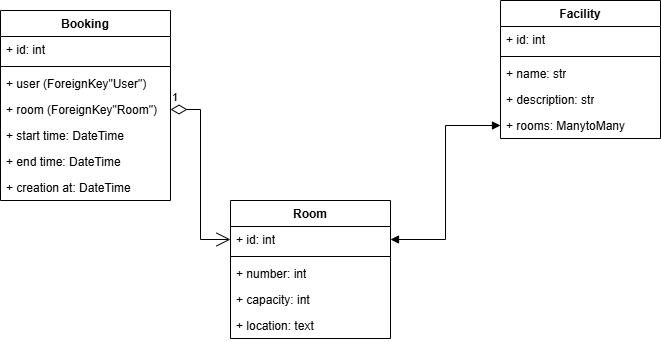
Before: UML Booking System.drawio.png, a diagram exported from draw.io (Rocer23/Booking-system). Source tidied: cells renumbered, new cells last; positions are measured from the earlier drawing's top-left corner, leaving out a move shared by most shapes.
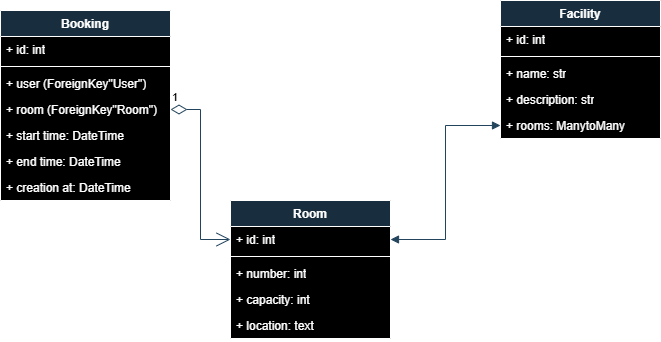
After the change.

The edit, as a diff of the source:
```diff
@@ -1,71 +1,71 @@
-<mxGraphModel>
+<mxGraphModel background="#FFFFFF">
   <root>
     <mxCell id="0" />
     <mxCell id="1" parent="0" />
-    <mxCell id="2" value="Booking" style="swimlane;fontStyle=1;align=center;verticalAlign=top;horizontal=1;startSize=26;whiteSpace=wrap;html=1;" parent="1" vertex="1">
+    <mxCell id="2" value="Booking" style="swimlane;fontStyle=1;align=center;verticalAlign=top;horizontal=1;startSize=26;whiteSpace=wrap;html=1;labelBackgroundColor=none;fillColor=#182E3E;strokeColor=#FFFFFF;fontColor=#FFFFFF;swimlaneFillColor=#000000;" parent="1" vertex="1">
       <mxGeometry y="10" width="170" height="190" as="geometry" />
     </mxCell>
-    <mxCell id="3" value="+ id: int" style="text;strokeColor=none;fillColor=none;align=left;verticalAlign=top;spacingLeft=4;spacingRight=4;overflow=hidden;whiteSpace=wrap;html=1;" parent="2" vertex="1">
+    <mxCell id="3" value="+ id: int" style="text;strokeColor=none;fillColor=none;align=left;verticalAlign=top;spacingLeft=4;spacingRight=4;overflow=hidden;whiteSpace=wrap;html=1;labelBackgroundColor=none;fontColor=#FFFFFF;" parent="2" vertex="1">
       <mxGeometry y="26" width="170" height="26" as="geometry" />
     </mxCell>
-    <mxCell id="4" style="line;strokeWidth=1;fillColor=none;align=left;verticalAlign=middle;spacingTop=-1;spacingLeft=3;spacingRight=3;labelPosition=right;strokeColor=inherit;" parent="2" vertex="1">
+    <mxCell id="4" style="line;strokeWidth=1;fillColor=none;align=left;verticalAlign=middle;spacingTop=-1;spacingLeft=3;spacingRight=3;labelPosition=right;strokeColor=#FFFFFF;labelBackgroundColor=none;fontColor=#FFFFFF;" parent="2" vertex="1">
       <mxGeometry y="52" width="170" height="8" as="geometry" />
     </mxCell>
-    <mxCell id="5" value="+ user (ForeignKey&quot;User&quot;)" style="text;strokeColor=none;fillColor=none;align=left;verticalAlign=top;spacingLeft=4;spacingRight=4;overflow=hidden;whiteSpace=wrap;html=1;" parent="2" vertex="1">
+    <mxCell id="5" value="+ user (ForeignKey&quot;User&quot;)" style="text;strokeColor=none;fillColor=none;align=left;verticalAlign=top;spacingLeft=4;spacingRight=4;overflow=hidden;whiteSpace=wrap;html=1;labelBackgroundColor=none;fontColor=#FFFFFF;" parent="2" vertex="1">
       <mxGeometry y="60" width="170" height="26" as="geometry" />
     </mxCell>
-    <mxCell id="6" value="+ room (ForeignKey&quot;Room&quot;)" style="text;strokeColor=none;fillColor=none;align=left;verticalAlign=top;spacingLeft=4;spacingRight=4;overflow=hidden;points=[[0,0.5],[1,0.5]];portConstraint=eastwest;whiteSpace=wrap;html=1;" parent="2" vertex="1">
+    <mxCell id="6" value="+ room (ForeignKey&quot;Room&quot;)" style="text;strokeColor=none;fillColor=none;align=left;verticalAlign=top;spacingLeft=4;spacingRight=4;overflow=hidden;points=[[0,0.5],[1,0.5]];portConstraint=eastwest;whiteSpace=wrap;html=1;labelBackgroundColor=none;fontColor=#FFFFFF;" parent="2" vertex="1">
       <mxGeometry y="86" width="170" height="26" as="geometry" />
     </mxCell>
-    <mxCell id="7" value="+ start time: DateTime" style="text;strokeColor=none;fillColor=none;align=left;verticalAlign=top;spacingLeft=4;spacingRight=4;overflow=hidden;whiteSpace=wrap;html=1;" parent="2" vertex="1">
+    <mxCell id="7" value="+ start time: DateTime" style="text;strokeColor=none;fillColor=none;align=left;verticalAlign=top;spacingLeft=4;spacingRight=4;overflow=hidden;whiteSpace=wrap;html=1;labelBackgroundColor=none;fontColor=#FFFFFF;" parent="2" vertex="1">
       <mxGeometry y="112" width="170" height="26" as="geometry" />
     </mxCell>
-    <mxCell id="8" value="+ end time: DateTime" style="text;strokeColor=none;fillColor=none;align=left;verticalAlign=top;spacingLeft=4;spacingRight=4;overflow=hidden;whiteSpace=wrap;html=1;" parent="2" vertex="1">
+    <mxCell id="8" value="+ end time: DateTime" style="text;strokeColor=none;fillColor=none;align=left;verticalAlign=top;spacingLeft=4;spacingRight=4;overflow=hidden;whiteSpace=wrap;html=1;labelBackgroundColor=none;fontColor=#FFFFFF;" parent="2" vertex="1">
       <mxGeometry y="138" width="170" height="26" as="geometry" />
     </mxCell>
-    <mxCell id="9" value="+ creation at: DateTime" style="text;strokeColor=none;fillColor=none;align=left;verticalAlign=top;spacingLeft=4;spacingRight=4;overflow=hidden;whiteSpace=wrap;html=1;" parent="2" vertex="1">
+    <mxCell id="9" value="+ creation at: DateTime" style="text;strokeColor=none;fillColor=none;align=left;verticalAlign=top;spacingLeft=4;spacingRight=4;overflow=hidden;whiteSpace=wrap;html=1;labelBackgroundColor=none;fontColor=#FFFFFF;" parent="2" vertex="1">
       <mxGeometry y="164" width="170" height="26" as="geometry" />
     </mxCell>
-    <mxCell id="10" value="Room" style="swimlane;fontStyle=1;align=center;verticalAlign=top;horizontal=1;startSize=26;whiteSpace=wrap;html=1;" parent="1" vertex="1">
+    <mxCell id="10" value="Room" style="swimlane;fontStyle=1;align=center;verticalAlign=top;horizontal=1;startSize=26;whiteSpace=wrap;html=1;labelBackgroundColor=none;fillColor=#182E3E;strokeColor=#FFFFFF;fontColor=#FFFFFF;swimlaneFillColor=#000000;" parent="1" vertex="1">
       <mxGeometry x="230" y="200" width="160" height="138" as="geometry" />
     </mxCell>
-    <mxCell id="11" value="+ id: int" style="text;strokeColor=none;fillColor=none;align=left;verticalAlign=top;spacingLeft=4;spacingRight=4;overflow=hidden;points=[[0,0.5],[1,0.5]];portConstraint=eastwest;whiteSpace=wrap;html=1;" parent="10" vertex="1">
+    <mxCell id="11" value="+ id: int" style="text;strokeColor=none;fillColor=none;align=left;verticalAlign=top;spacingLeft=4;spacingRight=4;overflow=hidden;points=[[0,0.5],[1,0.5]];portConstraint=eastwest;whiteSpace=wrap;html=1;labelBackgroundColor=none;fontColor=#FFFFFF;" parent="10" vertex="1">
       <mxGeometry y="26" width="160" height="26" as="geometry" />
     </mxCell>
-    <mxCell id="12" style="line;strokeWidth=1;fillColor=none;align=left;verticalAlign=middle;spacingTop=-1;spacingLeft=3;spacingRight=3;labelPosition=right;strokeColor=inherit;" parent="10" vertex="1">
+    <mxCell id="12" style="line;strokeWidth=1;fillColor=none;align=left;verticalAlign=middle;spacingTop=-1;spacingLeft=3;spacingRight=3;labelPosition=right;strokeColor=#FFFFFF;labelBackgroundColor=none;fontColor=#FFFFFF;" parent="10" vertex="1">
       <mxGeometry y="52" width="160" height="8" as="geometry" />
     </mxCell>
-    <mxCell id="13" value="+ number: int" style="text;strokeColor=none;fillColor=none;align=left;verticalAlign=top;spacingLeft=4;spacingRight=4;overflow=hidden;whiteSpace=wrap;html=1;" parent="10" vertex="1">
+    <mxCell id="13" value="+ number: int" style="text;strokeColor=none;fillColor=none;align=left;verticalAlign=top;spacingLeft=4;spacingRight=4;overflow=hidden;whiteSpace=wrap;html=1;labelBackgroundColor=none;fontColor=#FFFFFF;" parent="10" vertex="1">
       <mxGeometry y="60" width="160" height="26" as="geometry" />
     </mxCell>
-    <mxCell id="14" value="+ capacity: int" style="text;strokeColor=none;fillColor=none;align=left;verticalAlign=top;spacingLeft=4;spacingRight=4;overflow=hidden;whiteSpace=wrap;html=1;" parent="10" vertex="1">
+    <mxCell id="14" value="+ capacity: int" style="text;strokeColor=none;fillColor=none;align=left;verticalAlign=top;spacingLeft=4;spacingRight=4;overflow=hidden;whiteSpace=wrap;html=1;labelBackgroundColor=none;fontColor=#FFFFFF;" parent="10" vertex="1">
       <mxGeometry y="86" width="160" height="26" as="geometry" />
     </mxCell>
-    <mxCell id="15" value="+ location: text" style="text;strokeColor=none;fillColor=none;align=left;verticalAlign=top;spacingLeft=4;spacingRight=4;overflow=hidden;whiteSpace=wrap;html=1;" parent="10" vertex="1">
+    <mxCell id="15" value="+ location: text" style="text;strokeColor=none;fillColor=none;align=left;verticalAlign=top;spacingLeft=4;spacingRight=4;overflow=hidden;whiteSpace=wrap;html=1;labelBackgroundColor=none;fontColor=#FFFFFF;" parent="10" vertex="1">
       <mxGeometry y="112" width="160" height="26" as="geometry" />
     </mxCell>
-    <mxCell id="16" value="1" style="endArrow=open;html=1;endSize=12;startArrow=diamondThin;startSize=14;startFill=0;edgeStyle=orthogonalEdgeStyle;align=left;verticalAlign=bottom;rounded=0;exitX=1;exitY=0.5;exitDx=0;exitDy=0;entryX=0;entryY=0.5;entryDx=0;entryDy=0;" parent="1" edge="1" source="6" target="11">
+    <mxCell id="16" value="1" style="endArrow=open;html=1;endSize=12;startArrow=diamondThin;startSize=14;startFill=0;edgeStyle=orthogonalEdgeStyle;align=left;verticalAlign=bottom;rounded=0;exitX=1;exitY=0.5;exitDx=0;exitDy=0;entryX=0;entryY=0.5;entryDx=0;entryDy=0;labelBackgroundColor=none;strokeColor=#23445D;fontColor=default;" parent="1" edge="1" source="6" target="11">
       <mxGeometry x="-1" y="3" relative="1" as="geometry" />
     </mxCell>
-    <mxCell id="17" value="Facility" style="swimlane;fontStyle=1;align=center;verticalAlign=top;horizontal=1;startSize=26;whiteSpace=wrap;html=1;" parent="1" vertex="1">
+    <mxCell id="17" value="Facility" style="swimlane;fontStyle=1;align=center;verticalAlign=top;horizontal=1;startSize=26;whiteSpace=wrap;html=1;labelBackgroundColor=none;fillColor=#182E3E;strokeColor=#FFFFFF;fontColor=#FFFFFF;swimlaneFillColor=#000000;" parent="1" vertex="1">
       <mxGeometry x="500" width="160" height="138" as="geometry" />
     </mxCell>
-    <mxCell id="18" value="+ id: int" style="text;strokeColor=none;fillColor=none;align=left;verticalAlign=top;spacingLeft=4;spacingRight=4;overflow=hidden;whiteSpace=wrap;html=1;" parent="17" vertex="1">
+    <mxCell id="18" value="+ id: int" style="text;strokeColor=none;fillColor=none;align=left;verticalAlign=top;spacingLeft=4;spacingRight=4;overflow=hidden;whiteSpace=wrap;html=1;labelBackgroundColor=none;fontColor=#FFFFFF;" parent="17" vertex="1">
       <mxGeometry y="26" width="160" height="26" as="geometry" />
     </mxCell>
-    <mxCell id="19" style="line;strokeWidth=1;fillColor=none;align=left;verticalAlign=middle;spacingTop=-1;spacingLeft=3;spacingRight=3;labelPosition=right;strokeColor=inherit;" parent="17" vertex="1">
+    <mxCell id="19" style="line;strokeWidth=1;fillColor=none;align=left;verticalAlign=middle;spacingTop=-1;spacingLeft=3;spacingRight=3;labelPosition=right;strokeColor=#FFFFFF;labelBackgroundColor=none;fontColor=#FFFFFF;" parent="17" vertex="1">
       <mxGeometry y="52" width="160" height="8" as="geometry" />
     </mxCell>
-    <mxCell id="20" value="+ name: str" style="text;strokeColor=none;fillColor=none;align=left;verticalAlign=top;spacingLeft=4;spacingRight=4;overflow=hidden;whiteSpace=wrap;html=1;" parent="17" vertex="1">
+    <mxCell id="20" value="+ name: str" style="text;strokeColor=none;fillColor=none;align=left;verticalAlign=top;spacingLeft=4;spacingRight=4;overflow=hidden;whiteSpace=wrap;html=1;labelBackgroundColor=none;fontColor=#FFFFFF;" parent="17" vertex="1">
       <mxGeometry y="60" width="160" height="26" as="geometry" />
     </mxCell>
-    <mxCell id="21" value="+ description: str" style="text;strokeColor=none;fillColor=none;align=left;verticalAlign=top;spacingLeft=4;spacingRight=4;overflow=hidden;whiteSpace=wrap;html=1;" parent="17" vertex="1">
+    <mxCell id="21" value="+ description: str" style="text;strokeColor=none;fillColor=none;align=left;verticalAlign=top;spacingLeft=4;spacingRight=4;overflow=hidden;whiteSpace=wrap;html=1;labelBackgroundColor=none;fontColor=#FFFFFF;" parent="17" vertex="1">
       <mxGeometry y="86" width="160" height="26" as="geometry" />
     </mxCell>
-    <mxCell id="22" value="+ rooms: ManytoMany" style="text;strokeColor=none;fillColor=none;align=left;verticalAlign=top;spacingLeft=4;spacingRight=4;overflow=hidden;points=[[0,0.5],[1,0.5]];portConstraint=eastwest;whiteSpace=wrap;html=1;" parent="17" vertex="1">
+    <mxCell id="22" value="+ rooms: ManytoMany" style="text;strokeColor=none;fillColor=none;align=left;verticalAlign=top;spacingLeft=4;spacingRight=4;overflow=hidden;points=[[0,0.5],[1,0.5]];portConstraint=eastwest;whiteSpace=wrap;html=1;labelBackgroundColor=none;fontColor=#FFFFFF;" parent="17" vertex="1">
       <mxGeometry y="112" width="160" height="26" as="geometry" />
     </mxCell>
-    <mxCell id="23" style="endArrow=block;startArrow=block;endFill=1;startFill=1;html=1;rounded=0;entryX=0;entryY=0.5;entryDx=0;entryDy=0;edgeStyle=orthogonalEdgeStyle;exitX=1;exitY=0.5;exitDx=0;exitDy=0;" parent="1" edge="1" source="11" target="22">
+    <mxCell id="23" style="endArrow=block;startArrow=block;endFill=1;startFill=1;html=1;rounded=0;entryX=0;entryY=0.5;entryDx=0;entryDy=0;edgeStyle=orthogonalEdgeStyle;exitX=1;exitY=0.5;exitDx=0;exitDy=0;labelBackgroundColor=none;strokeColor=#23445D;fontColor=default;" parent="1" edge="1" source="11" target="22">
       <mxGeometry relative="1" as="geometry" />
     </mxCell>
   </root>
```
